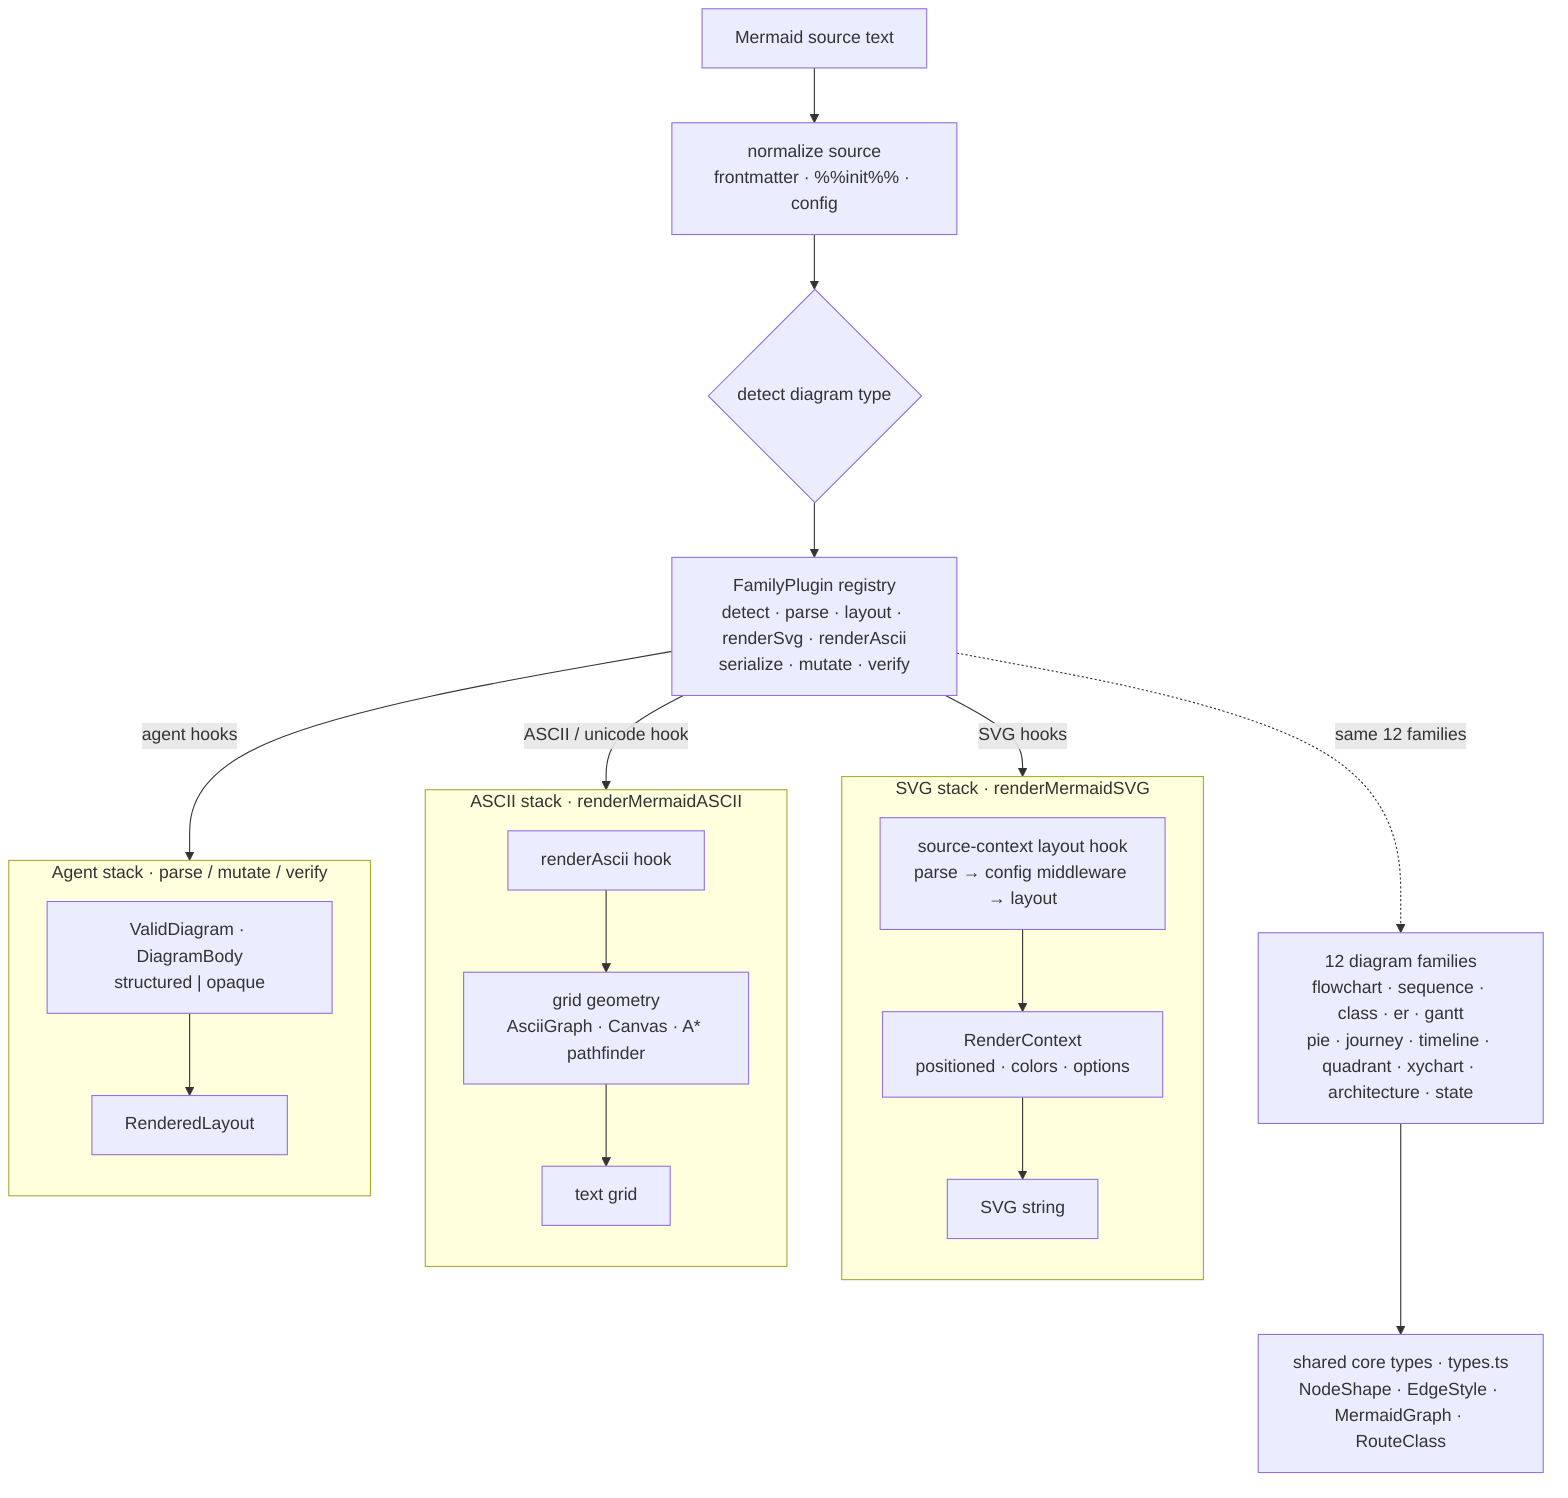
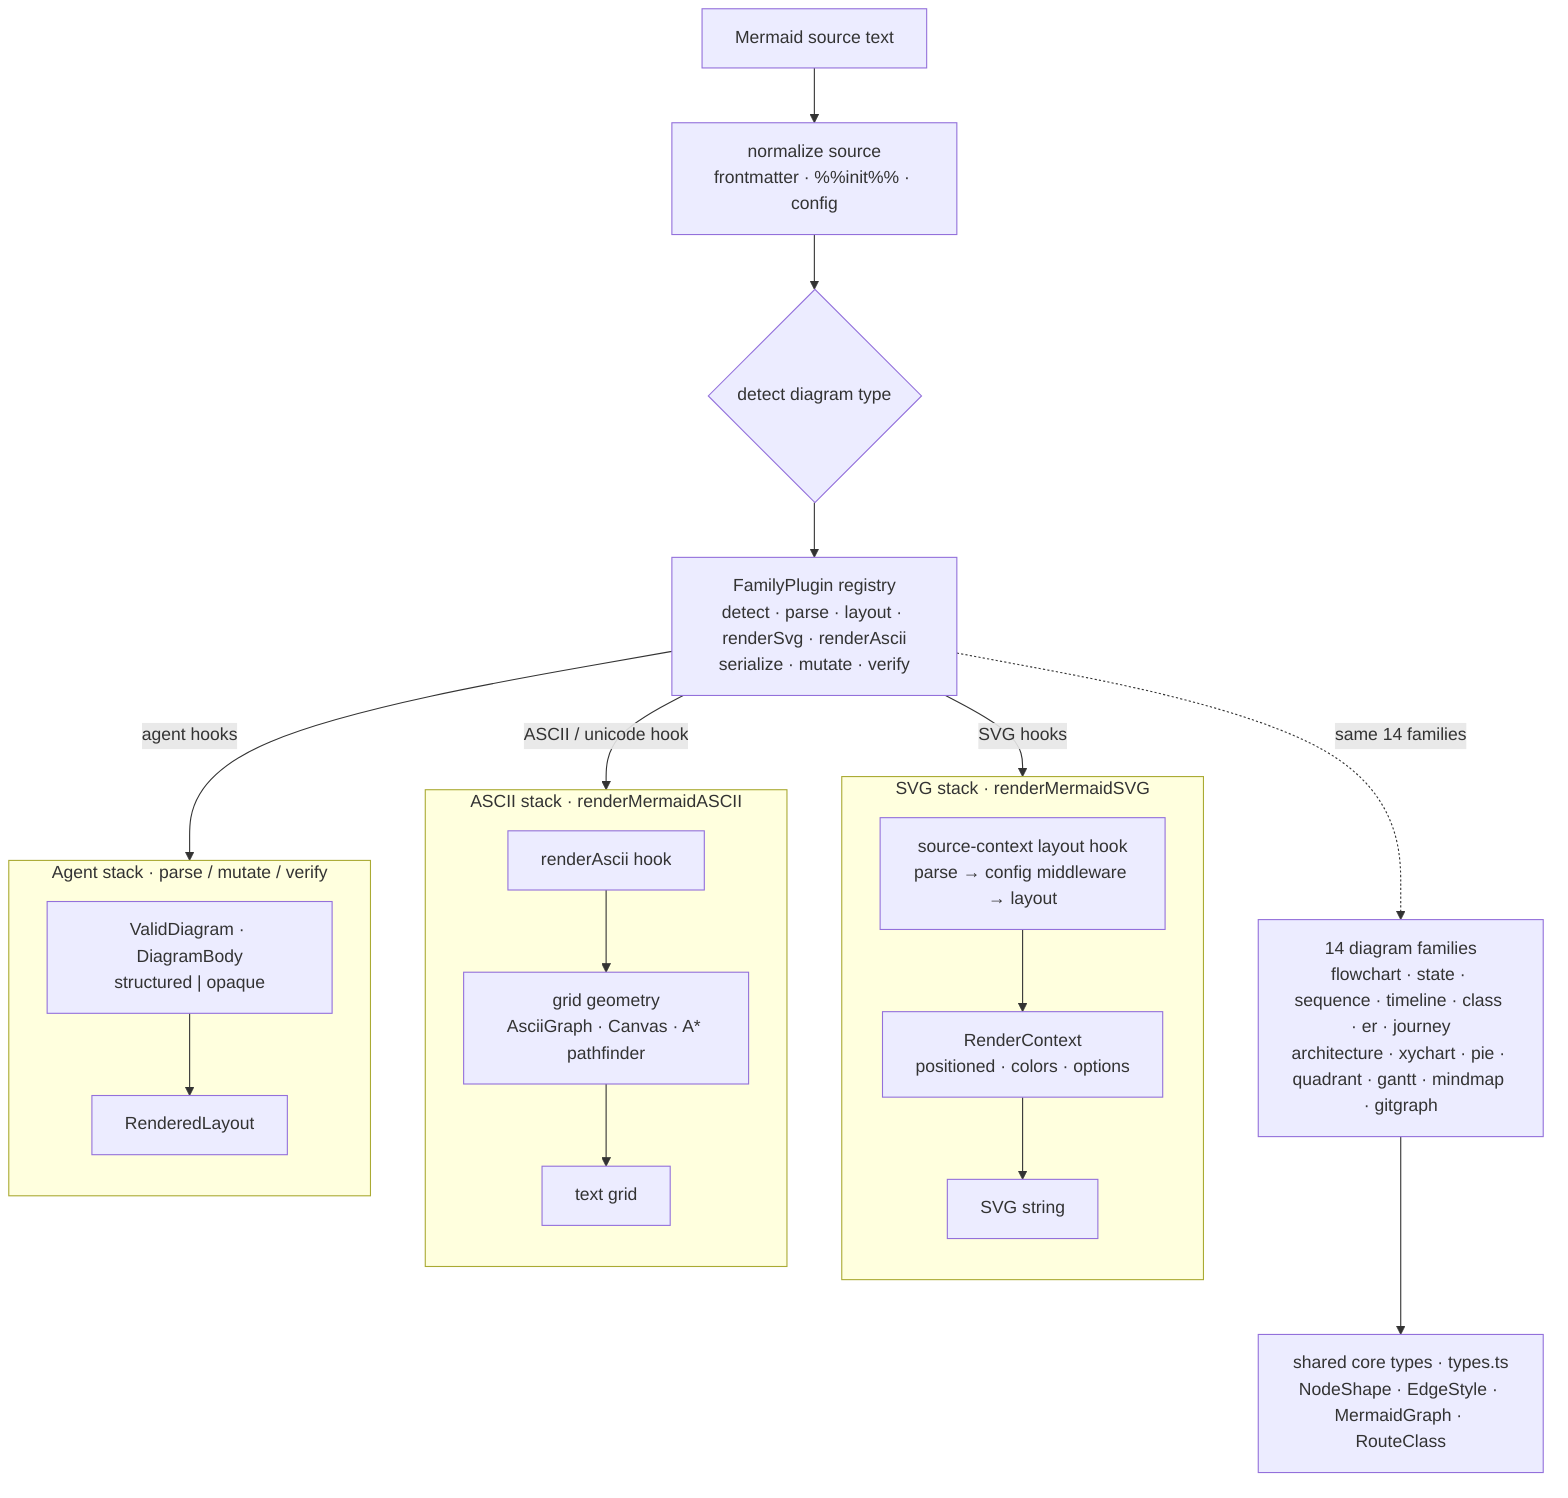
graph TD
  SRC["Mermaid source text"] --> NORM["normalize source<br/>frontmatter · %%init%% · config"]
  NORM --> DET{"detect diagram type"}
  DET --> REG["FamilyPlugin registry<br/>detect · parse · layout · renderSvg · renderAscii<br/>serialize · mutate · verify"]

  subgraph SVGSTACK["SVG stack · renderMermaidSVG"]
    direction TB
    L1["source-context layout hook<br/>parse → config middleware → layout"] --> CTX["RenderContext<br/>positioned · colors · options"]
    CTX --> O1["SVG string"]
  end

  subgraph ASCIISTACK["ASCII stack · renderMermaidASCII"]
    direction TB
    L2["renderAscii hook"] --> GRID["grid geometry<br/>AsciiGraph · Canvas · A* pathfinder"]
    GRID --> O2["text grid"]
  end

  subgraph AGENTSTACK["Agent stack · parse / mutate / verify"]
    direction TB
    VD["ValidDiagram · DiagramBody<br/>structured | opaque"] --> RL["RenderedLayout"]
  end

  REG -->|"SVG hooks"| L1
  REG -->|"ASCII / unicode hook"| L2
  REG -->|"agent hooks"| VD

-   REG -.same 12 families.-> FAM
-   FAM["12 diagram families<br/>flowchart · sequence · class · er · gantt<br/>pie · journey · timeline · quadrant · xychart · architecture · state"]
+   REG -.same 14 families.-> FAM
+   FAM["14 diagram families<br/>flowchart · state · sequence · timeline · class · er · journey<br/>architecture · xychart · pie · quadrant · gantt · mindmap · gitgraph"]
  FAM --> CORE["shared core types · types.ts<br/>NodeShape · EdgeStyle · MermaidGraph · RouteClass"]
